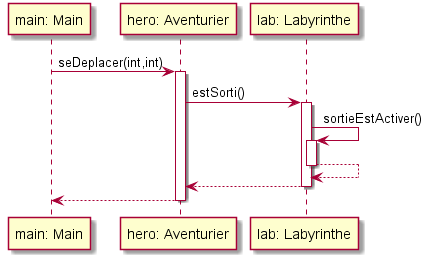
Above: documents/version_4.0/Entree_Sortie.png in NunzioArdi/2019_coo_zeldiablo (PlantUML), before the change.
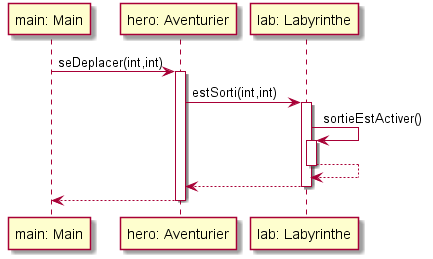
The same diagram one commit later.

Commit message:
correction Entree_Sortie et ajout des methode estSortie et sortieEstActiver

The edit, as a diff of the source:
```diff
@@ -5,7 +5,7 @@
 
 m -> e : seDeplacer(int,int)
 activate e
-e -> l : estSorti()
+e -> l : estSorti(int,int)
 activate l
 l -> l :  sortieEstActiver()
 activate l
```
